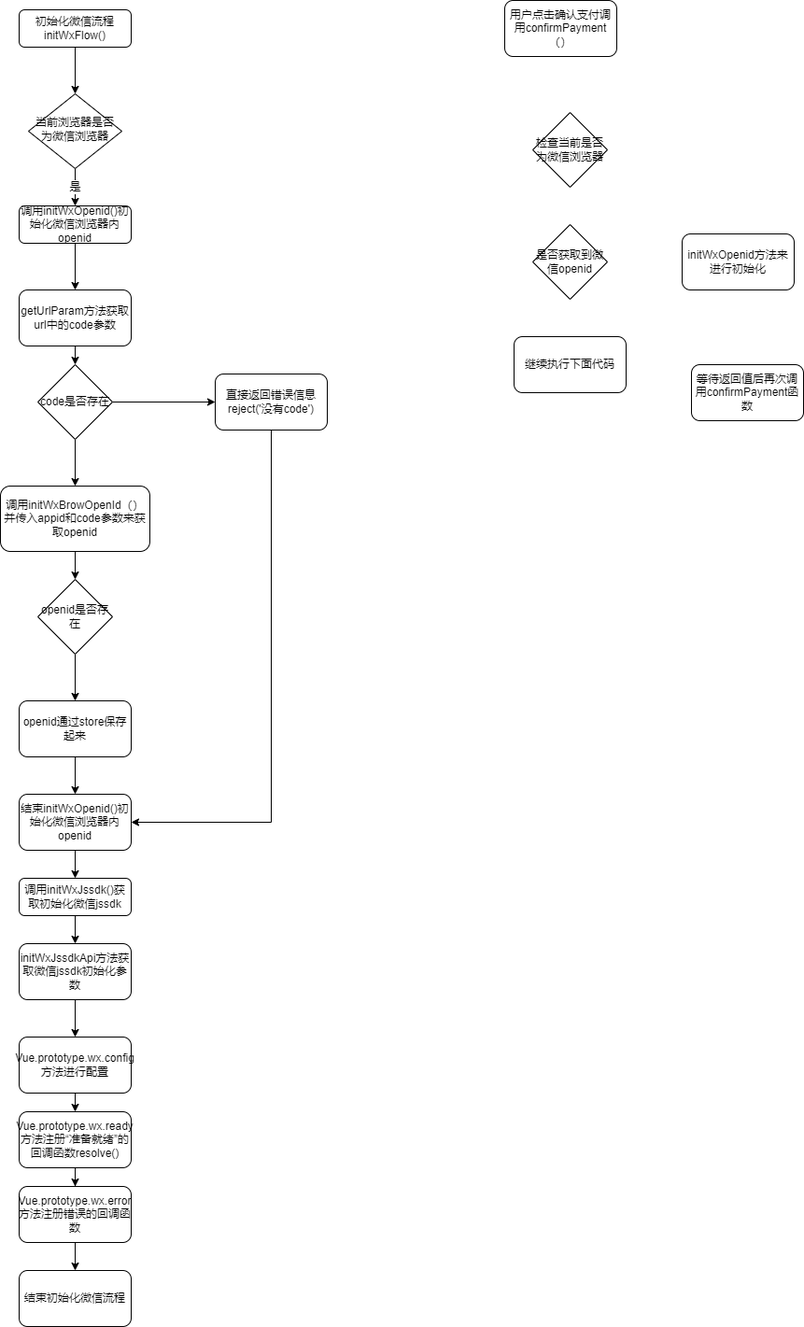
Earlier version of the draw.io export 彩铃h5微信内置浏览器微信支付.drawio.png (hyxux/admin-manage). Source tidied: cells renumbered, new cells last; positions are measured from the earlier drawing's top-left corner, leaving out a move shared by most shapes.
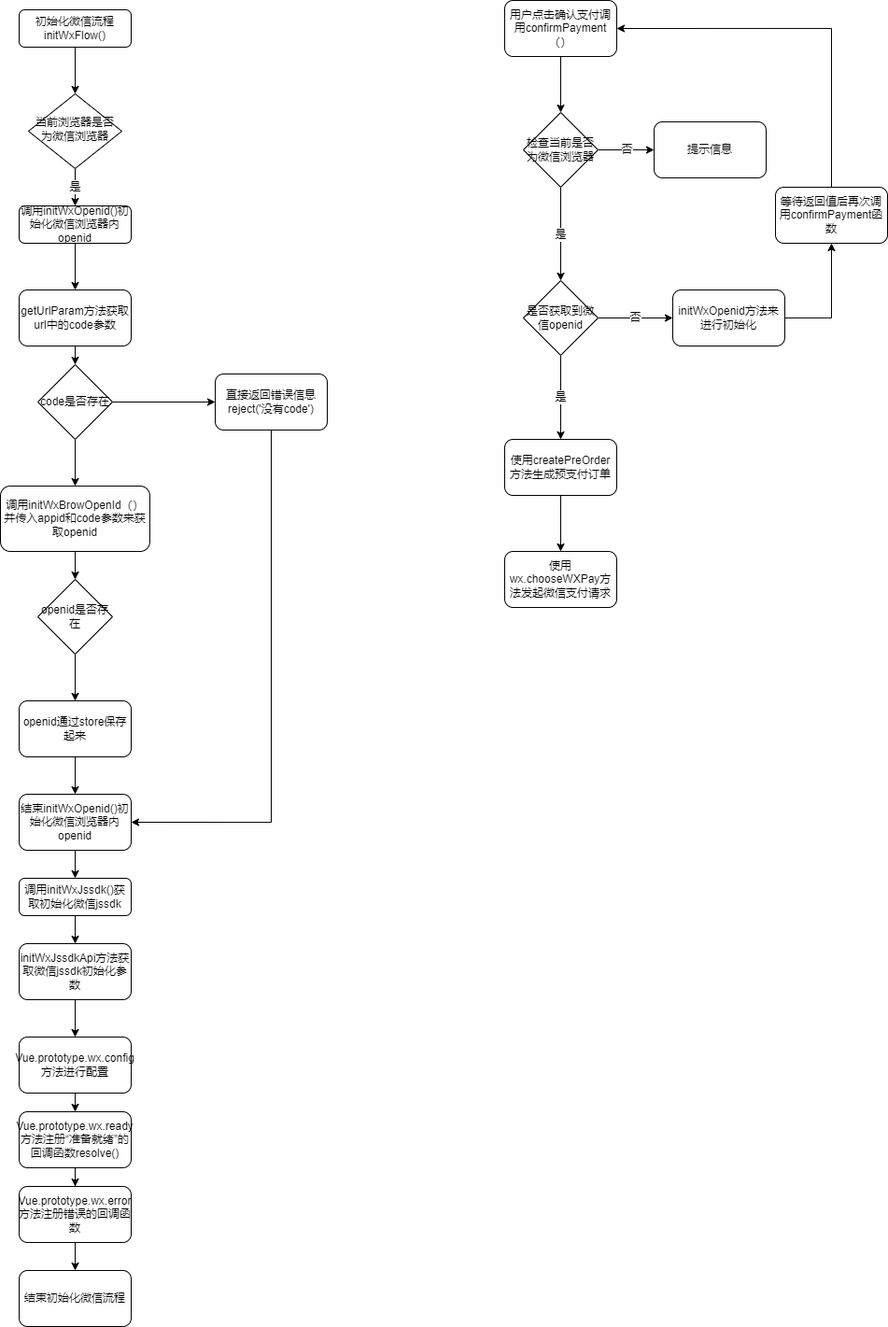
Above is the later version.

Commit message:
更新彩铃h5微信内置浏览器微信支付.drawio.png

What changed in the source:
```diff
@@ -98,23 +98,53 @@
     <mxCell id="33" value="结束初始化微信流程" style="rounded=1;whiteSpace=wrap;html=1;" parent="1" vertex="1">
       <mxGeometry x="20" y="1360" width="120" height="60" as="geometry" />
     </mxCell>
+    <mxCell id="40" style="edgeStyle=orthogonalEdgeStyle;rounded=0;jettySize=auto;html=1;exitX=0.5;exitY=1;exitDx=0;exitDy=0;entryX=0.5;entryY=0;entryDx=0;entryDy=0;" parent="1" edge="1" source="34" target="35">
+      <mxGeometry relative="1" as="geometry" />
+    </mxCell>
     <mxCell id="34" value="用户点击确认支付调用confirmPayment（）" style="rounded=1;whiteSpace=wrap;html=1;" parent="1" vertex="1">
       <mxGeometry x="540" width="120" height="60" as="geometry" />
     </mxCell>
+    <mxCell id="41" value="是" style="edgeStyle=orthogonalEdgeStyle;rounded=0;jettySize=auto;html=1;exitX=0.5;exitY=1;exitDx=0;exitDy=0;entryX=0.5;entryY=0;entryDx=0;entryDy=0;" parent="1" edge="1" source="35" target="36">
+      <mxGeometry relative="1" as="geometry" />
+    </mxCell>
+    <mxCell id="42" value="否" style="edgeStyle=orthogonalEdgeStyle;rounded=0;jettySize=auto;html=1;exitX=1;exitY=0.5;exitDx=0;exitDy=0;" parent="1" edge="1" source="35" target="49">
+      <mxGeometry relative="1" as="geometry" />
+    </mxCell>
     <mxCell id="35" value="检查当前是否为微信浏览器" style="rhombus;whiteSpace=wrap;html=1;" parent="1" vertex="1">
-      <mxGeometry x="570" y="120" width="80" height="80" as="geometry" />
+      <mxGeometry x="560" y="120" width="80" height="80" as="geometry" />
     </mxCell>
+    <mxCell id="43" value="否" style="edgeStyle=orthogonalEdgeStyle;rounded=0;jettySize=auto;html=1;exitX=1;exitY=0.5;exitDx=0;exitDy=0;entryX=0;entryY=0.5;entryDx=0;entryDy=0;" parent="1" edge="1" source="36" target="37">
+      <mxGeometry relative="1" as="geometry" />
+    </mxCell>
+    <mxCell id="44" value="是" style="edgeStyle=orthogonalEdgeStyle;rounded=0;jettySize=auto;html=1;exitX=0.5;exitY=1;exitDx=0;exitDy=0;entryX=0.5;entryY=0;entryDx=0;entryDy=0;" parent="1" edge="1" source="36" target="48">
+      <mxGeometry relative="1" as="geometry" />
+    </mxCell>
     <mxCell id="36" value="是否获取到微信openid" style="rhombus;whiteSpace=wrap;html=1;" parent="1" vertex="1">
-      <mxGeometry x="570" y="240" width="80" height="80" as="geometry" />
+      <mxGeometry x="560" y="300" width="80" height="80" as="geometry" />
     </mxCell>
+    <mxCell id="45" style="edgeStyle=orthogonalEdgeStyle;rounded=0;jettySize=auto;html=1;exitX=1;exitY=0.5;exitDx=0;exitDy=0;entryX=0.5;entryY=1;entryDx=0;entryDy=0;" parent="1" edge="1" source="37" target="38">
+      <mxGeometry relative="1" as="geometry" />
+    </mxCell>
     <mxCell id="37" value="initWxOpenid方法来进行初始化" style="rounded=1;whiteSpace=wrap;html=1;" parent="1" vertex="1">
-      <mxGeometry x="730" y="250" width="120" height="60" as="geometry" />
+      <mxGeometry x="720" y="310" width="120" height="60" as="geometry" />
     </mxCell>
+    <mxCell id="46" style="edgeStyle=orthogonalEdgeStyle;rounded=0;jettySize=auto;html=1;exitX=0.5;exitY=0;exitDx=0;exitDy=0;entryX=1;entryY=0.5;entryDx=0;entryDy=0;" parent="1" edge="1" source="38" target="34">
+      <mxGeometry relative="1" as="geometry" />
+    </mxCell>
     <mxCell id="38" value="等待返回值后再次调用confirmPayment函数" style="rounded=1;whiteSpace=wrap;html=1;" parent="1" vertex="1">
-      <mxGeometry x="740" y="390" width="120" height="60" as="geometry" />
+      <mxGeometry x="830" y="200" width="120" height="60" as="geometry" />
     </mxCell>
-    <mxCell id="39" value="继续执行下面代码" style="rounded=1;whiteSpace=wrap;html=1;" parent="1" vertex="1">
-      <mxGeometry x="550" y="360" width="120" height="60" as="geometry" />
-    </mxCell>
+    <mxCell id="47" style="edgeStyle=orthogonalEdgeStyle;rounded=0;jettySize=auto;html=1;entryX=0.5;entryY=0;entryDx=0;entryDy=0;" parent="1" edge="1" source="48" target="50">
+      <mxGeometry relative="1" as="geometry" />
+    </mxCell>
+    <mxCell id="48" value="使用createPreOrder方法生成预支付订单" style="rounded=1;whiteSpace=wrap;html=1;" parent="1" vertex="1">
+      <mxGeometry x="540" y="470" width="120" height="60" as="geometry" />
+    </mxCell>
+    <mxCell id="49" value="提示信息" style="rounded=1;whiteSpace=wrap;html=1;" parent="1" vertex="1">
+      <mxGeometry x="700" y="130" width="120" height="60" as="geometry" />
+    </mxCell>
+    <mxCell id="50" value="使用wx.chooseWXPay方法发起微信支付请求" style="rounded=1;whiteSpace=wrap;html=1;" parent="1" vertex="1">
+      <mxGeometry x="540" y="590" width="120" height="60" as="geometry" />
+    </mxCell>
   </root>
 </mxGraphModel>
```
